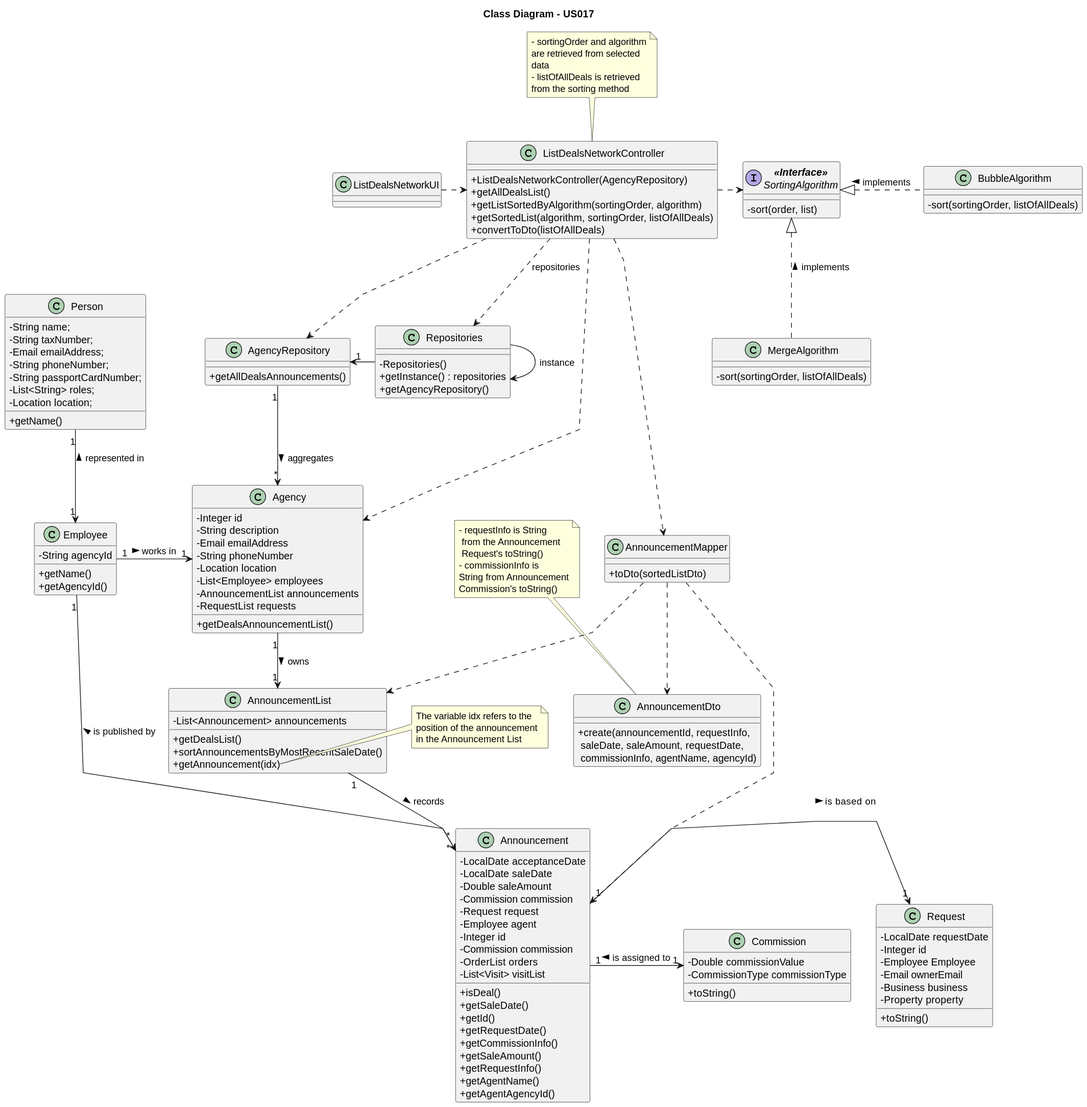
The PlantUML diagram docs/sprintD/us017/03.design/svg/us017-class-diagram.svg in rita-barbosa/LAPR2-2223, before a commit.
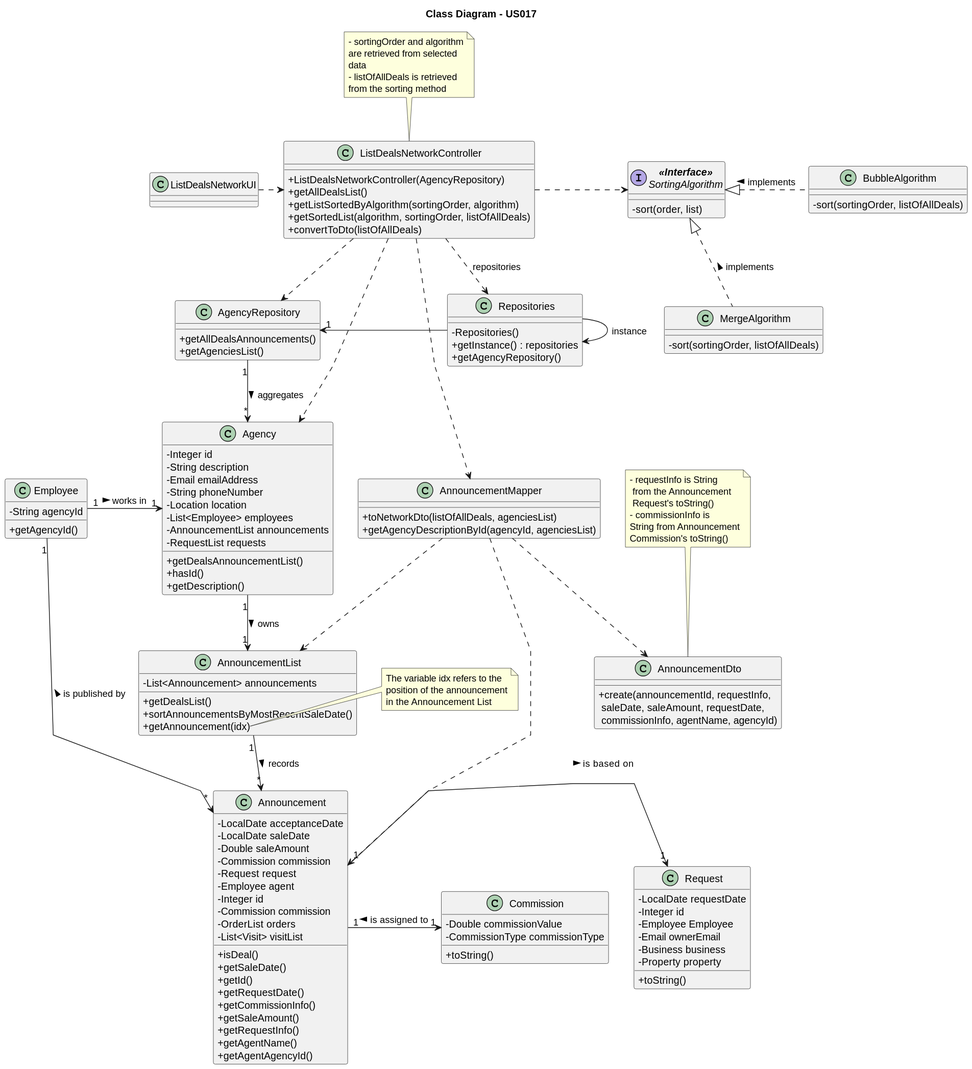
After the commit.

Commit message:
SD and Class Diagram update [US017] [Design]

Diff of the diagram source:
```diff
@@ -18,6 +18,8 @@
     - AnnouncementList announcements
     - RequestList requests
     + getDealsAnnouncementList()
+    + hasId()
+    + getDescription()
 }
 
 class AnnouncementList{
@@ -34,7 +36,8 @@
 end note
 
 class AnnouncementMapper {
-    + toDto(sortedListDto)
+    + toNetworkDto(listOfAllDeals, agenciesList)
+    + getAgencyDescriptionById(agencyId, agenciesList)
 }
 
 class AnnouncementDto{
@@ -49,7 +52,6 @@
     String from Announcement
     Commission's toString()
 end note
-
 
 class Announcement{
     - LocalDate acceptanceDate
@@ -98,6 +100,7 @@
 
 class AgencyRepository {
     + getAllDealsAnnouncements()
+    + getAgenciesList()
 }
 
 class Repositories {
@@ -137,21 +140,8 @@
 class ListDealsNetworkUI {
 }
 
-class Person{
-    - String name;
-    - String taxNumber;
-    - Email emailAddress;
-    - String phoneNumber;
-    - String passportCardNumber;
-    - List<String> roles;
-    - Location location;
-    + getName()
- }
-
-
 class Employee{
     - String agencyId
-    + getName()
     + getAgencyId()
 }
 
@@ -187,11 +177,6 @@
 
 BubbleAlgorithm ..left|> SortingAlgorithm : implements >
 
-
-
-
-
-Person "1" -down-> "1" Employee: represented in <
 Employee "1" --> "*" Announcement: is published by <
 Employee "1" -> "1" Agency: works in  >
 AnnouncementList "1" --> "*" Announcement: records >
```
